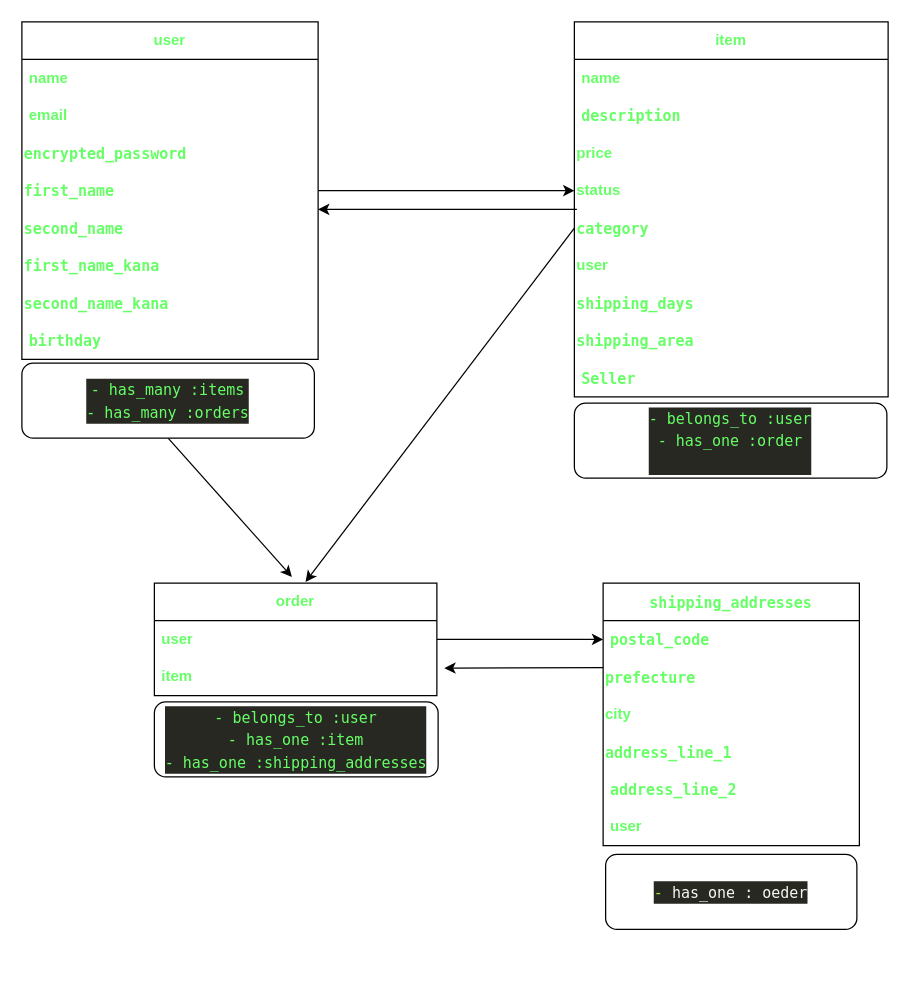
This is page "ページ1" (1 of 2) of app/views/ER図.dio from SAUNAJUNKIE/furima-38922, a draw.io file, before an edit. Source tidied: cells renumbered, new cells numbered last; positions are measured from the earlier drawing's top-left corner, leaving out a move shared by most shapes. Both pictures are drawn from the tidied source at 125%, with x=0, y=0 at pixel (21, 21).
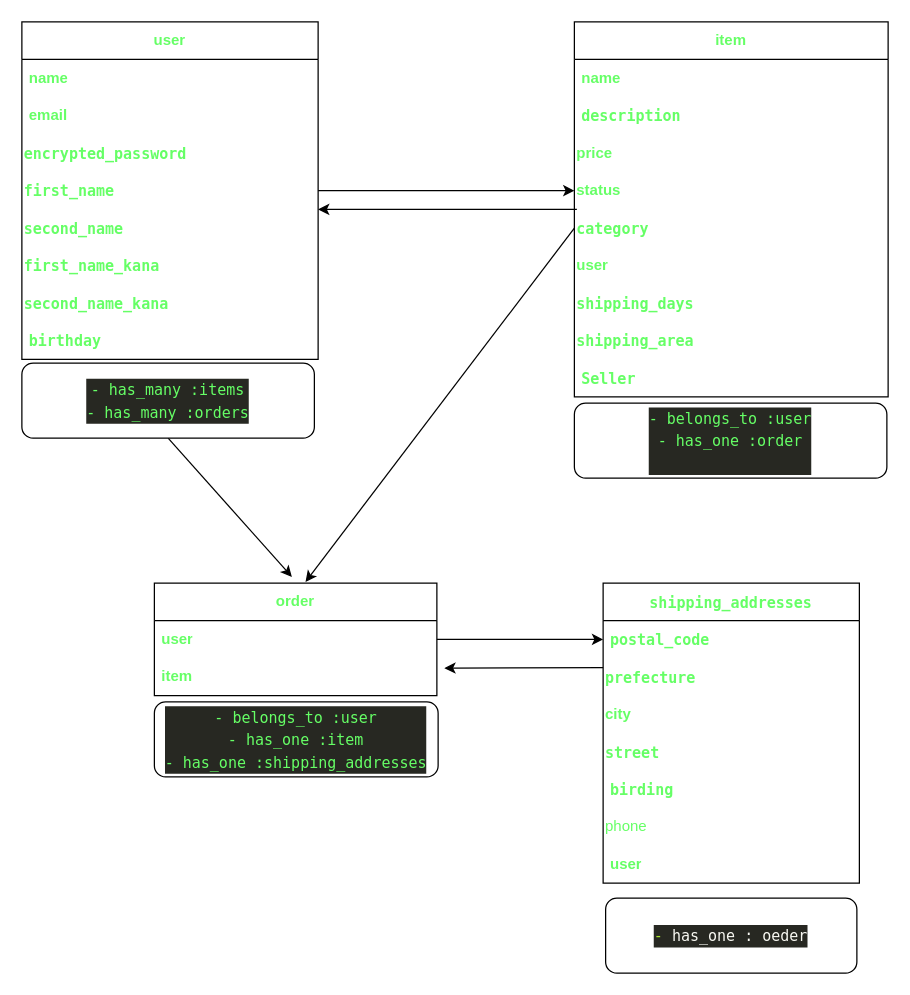
The same page after the edit.

The edit, as a diff of the source:
```diff
@@
     <mxCell id="25" value="&lt;div style=&quot;font-family: Menlo, Monaco, &amp;quot;Courier New&amp;quot;, monospace; line-height: 18px;&quot;&gt;&lt;span style=&quot;&quot;&gt;shipping_addresses&lt;/span&gt;&lt;/div&gt;" style="swimlane;fontStyle=1;horizontal=1;startSize=30;whiteSpace=wrap;html=1;labelBackgroundColor=none;fontColor=#66FF66;align=center;" parent="1" vertex="1">
-      <mxGeometry x="465" y="449" width="205" height="210" as="geometry" />
+      <mxGeometry x="465" y="449" width="205" height="240" as="geometry" />
     </mxCell>
@@
-    <mxCell id="29" value="&lt;div style=&quot;font-family: Menlo, Monaco, &amp;quot;Courier New&amp;quot;, monospace; font-size: 12px; line-height: 18px;&quot;&gt;&lt;div&gt;&lt;span style=&quot;&quot;&gt;address_line_1&lt;/span&gt;&lt;/div&gt;&lt;/div&gt;" style="text;html=1;strokeColor=none;fillColor=none;align=left;verticalAlign=middle;whiteSpace=wrap;rounded=0;labelBackgroundColor=none;fontColor=#66FF66;fontStyle=1;" parent="25" vertex="1">
+    <mxCell id="29" value="&lt;div style=&quot;font-family: Menlo, Monaco, &amp;quot;Courier New&amp;quot;, monospace; font-size: 12px; line-height: 18px;&quot;&gt;&lt;div&gt;&lt;span style=&quot;&quot;&gt;street&lt;/span&gt;&lt;/div&gt;&lt;/div&gt;" style="text;html=1;strokeColor=none;fillColor=none;align=left;verticalAlign=middle;whiteSpace=wrap;rounded=0;labelBackgroundColor=none;fontColor=#66FF66;fontStyle=1;" parent="25" vertex="1">
       <mxGeometry y="120" width="205" height="30" as="geometry" />
     </mxCell>
-    <mxCell id="30" value="&lt;div style=&quot;font-family: Menlo, Monaco, &amp;quot;Courier New&amp;quot;, monospace; font-size: 12px; line-height: 18px;&quot;&gt;&lt;div&gt;&lt;span style=&quot;&quot;&gt;address_line_2&lt;/span&gt;&lt;/div&gt;&lt;/div&gt;" style="text;strokeColor=none;fillColor=none;align=left;verticalAlign=middle;spacingLeft=4;spacingRight=4;overflow=hidden;whiteSpace=wrap;html=1;labelBackgroundColor=none;fontColor=#66FF66;fontStyle=1;" parent="25" vertex="1">
+    <mxCell id="30" value="&lt;div style=&quot;font-family: Menlo, Monaco, &amp;quot;Courier New&amp;quot;, monospace; font-size: 12px; line-height: 18px;&quot;&gt;&lt;div&gt;&lt;span style=&quot;&quot;&gt;birding&lt;/span&gt;&lt;/div&gt;&lt;/div&gt;" style="text;strokeColor=none;fillColor=none;align=left;verticalAlign=middle;spacingLeft=4;spacingRight=4;overflow=hidden;whiteSpace=wrap;html=1;labelBackgroundColor=none;fontColor=#66FF66;fontStyle=1;" parent="25" vertex="1">
       <mxGeometry y="150" width="205" height="30" as="geometry" />
     </mxCell>
+    <mxCell id="41" value="phone" style="text;html=1;strokeColor=none;fillColor=none;align=left;verticalAlign=middle;whiteSpace=wrap;rounded=0;labelBackgroundColor=none;fontColor=#66FF66;" parent="25" vertex="1">
+      <mxGeometry y="180" width="205" height="30" as="geometry" />
+    </mxCell>
     <mxCell id="31" value="user" style="text;strokeColor=none;fillColor=none;align=left;verticalAlign=middle;spacingLeft=4;spacingRight=4;overflow=hidden;whiteSpace=wrap;html=1;labelBackgroundColor=none;fontColor=#66FF66;fontStyle=1;" parent="25" vertex="1">
-      <mxGeometry y="180" width="205" height="30" as="geometry" />
+      <mxGeometry y="210" width="205" height="30" as="geometry" />
     </mxCell>
@@
     <mxCell id="36" value="&lt;div style=&quot;color: rgb(248, 248, 242); background-color: rgb(39, 40, 34); font-family: Menlo, Monaco, &amp;quot;Courier New&amp;quot;, monospace; font-weight: normal; font-size: 12px; line-height: 18px;&quot;&gt;&lt;div&gt;&lt;span style=&quot;color: #a6e22e;&quot;&gt;-&lt;/span&gt;&lt;span style=&quot;color: #f8f8f2;&quot;&gt; has_one : oeder&lt;/span&gt;&lt;/div&gt;&lt;/div&gt;" style="rounded=1;whiteSpace=wrap;html=1;labelBackgroundColor=none;fontColor=#66FF66;" parent="1" vertex="1">
-      <mxGeometry x="467" y="666" width="201" height="60" as="geometry" />
+      <mxGeometry x="467" y="701" width="201" height="60" as="geometry" />
     </mxCell>
```
